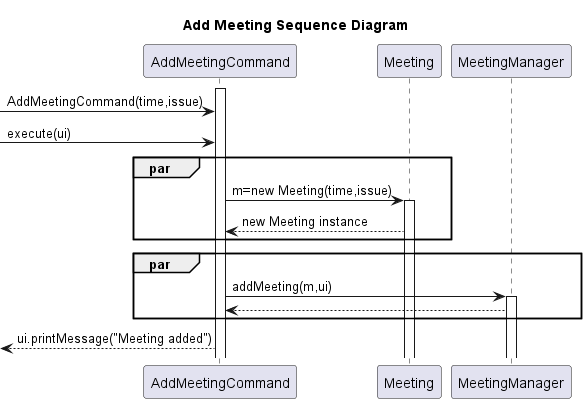
nus-cs2113-AY2223S2/tp keeps this PlantUML diagram as docs/uml/images/AddMeetingCommandSequenceDiagram-Add_Meeting_Sequence_Diagram.png. Above is the earlier version. Its diagram source:
```plantuml
@startuml
title Add Meeting Sequence Diagram
participant AddMeetingCommand
participant Meeting
participant MeetingManager
Activate AddMeetingCommand
->AddMeetingCommand:AddMeetingCommand(time,issue)
->AddMeetingCommand:execute(ui)
par
    AddMeetingCommand->Meeting:m=new Meeting(time,issue)
    Activate Meeting
    Meeting-->AddMeetingCommand:new Meeting instance
end
par
    AddMeetingCommand->MeetingManager:addMeeting(m,ui)
    Activate MeetingManager
    MeetingManager-->AddMeetingCommand
end
<-- AddMeetingCommand: ui.printMessage("Meeting added")
@enduml
```
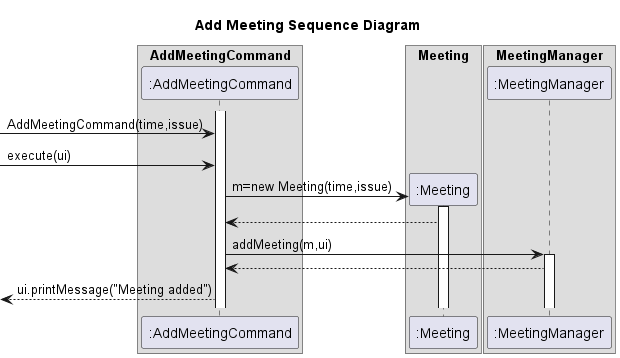
The same file after the commit.

Commit message:
Add manager diagram, add header comments, fix bugs

Diff of the diagram source:
```diff
@@ -1,20 +1,29 @@
 @startuml
 title Add Meeting Sequence Diagram
-participant AddMeetingCommand
-participant Meeting
-participant MeetingManager
+box "AddMeetingCommand"
+participant ":AddMeetingCommand" as AddMeetingCommand
+endbox
+
+box "Meeting"
+participant ":Meeting" as Meeting
+endbox
+
+box "MeetingManager"
+participant ":MeetingManager" as MeetingManager
+endbox
+
 Activate AddMeetingCommand
 ->AddMeetingCommand:AddMeetingCommand(time,issue)
 ->AddMeetingCommand:execute(ui)
-par
-    AddMeetingCommand->Meeting:m=new Meeting(time,issue)
-    Activate Meeting
-    Meeting-->AddMeetingCommand:new Meeting instance
-end
-par
-    AddMeetingCommand->MeetingManager:addMeeting(m,ui)
-    Activate MeetingManager
-    MeetingManager-->AddMeetingCommand
-end
+
+
+create Meeting
+AddMeetingCommand->Meeting++:m=new Meeting(time,issue)
+Meeting-->AddMeetingCommand
+
+AddMeetingCommand->MeetingManager:addMeeting(m,ui)
+Activate MeetingManager
+MeetingManager-->AddMeetingCommand
+
 <-- AddMeetingCommand: ui.printMessage("Meeting added")
 @enduml
```
